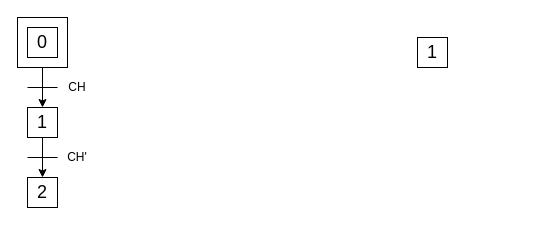
Above: Experiência 1 - Portão Automático/Experimento1_CLP.drawio in pedroManuelP/Automa-o-Industrial (draw.io), before the change. Source tidied: cells renumbered, new cells numbered last; positions are measured from the earlier drawing's top-left corner, leaving out a move shared by most shapes. Both pictures are drawn from the tidied source at 100%, with x=0, y=0 at pixel (17, 17).
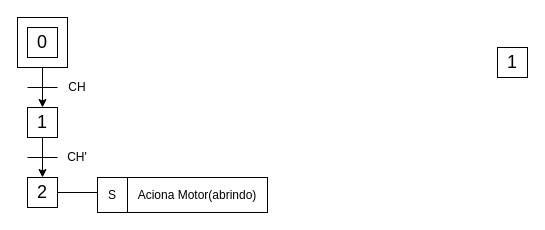
The same page after the edit.

The edit, as a diff of the source:
```diff
@@
 <mxGraphModel>
   <root>
     <mxCell id="0" />
     <mxCell id="1" parent="0" />
     <mxCell id="2" style="whiteSpace=wrap;html=1;" parent="1" vertex="1">
       <mxGeometry width="50" height="50" as="geometry" />
     </mxCell>
     <mxCell id="3" value="&lt;font style=&quot;font-size: 18px;&quot;&gt;0&lt;/font&gt;" style="whiteSpace=wrap;html=1;" parent="1" vertex="1">
       <mxGeometry x="10" y="10" width="30" height="30" as="geometry" />
     </mxCell>
     <mxCell id="4" value="&lt;font style=&quot;font-size: 18px;&quot;&gt;1&lt;/font&gt;" style="whiteSpace=wrap;html=1;" parent="1" vertex="1">
       <mxGeometry x="10" y="90" width="30" height="30" as="geometry" />
     </mxCell>
     <mxCell id="5" value="&lt;font style=&quot;font-size: 18px;&quot;&gt;1&lt;/font&gt;" style="whiteSpace=wrap;html=1;" parent="1" vertex="1">
-      <mxGeometry x="400" y="20" width="30" height="30" as="geometry" />
+      <mxGeometry x="480" y="30" width="30" height="30" as="geometry" />
     </mxCell>
     <mxCell id="6" style="endArrow=classic;html=1;rounded=0;exitX=0.5;exitY=1;exitDx=0;exitDy=0;entryX=0.5;entryY=0;entryDx=0;entryDy=0;" parent="1" edge="1" source="2" target="4">
       <mxGeometry relative="1" as="geometry" />
     </mxCell>
     <mxCell id="7" style="endArrow=none;html=1;rounded=0;" parent="1" edge="1">
       <mxGeometry relative="1" as="geometry">
         <mxPoint x="10" y="70" as="sourcePoint" />
         <mxPoint x="40" y="70" as="targetPoint" />
       </mxGeometry>
     </mxCell>
     <mxCell id="8" value="CH" style="text;html=1;align=center;verticalAlign=middle;whiteSpace=wrap;rounded=0;" parent="1" vertex="1">
       <mxGeometry x="50" y="60" width="20" height="20" as="geometry" />
     </mxCell>
     <mxCell id="9" value="&lt;font style=&quot;font-size: 18px;&quot;&gt;2&lt;/font&gt;" style="whiteSpace=wrap;html=1;" parent="1" vertex="1">
       <mxGeometry x="10" y="160" width="30" height="30" as="geometry" />
     </mxCell>
     <mxCell id="10" style="endArrow=classic;html=1;rounded=0;exitX=0.5;exitY=1;exitDx=0;exitDy=0;entryX=0.5;entryY=0;entryDx=0;entryDy=0;" parent="1" edge="1">
       <mxGeometry relative="1" as="geometry">
         <mxPoint x="25" y="120" as="sourcePoint" />
         <mxPoint x="25" y="160" as="targetPoint" />
       </mxGeometry>
     </mxCell>
     <mxCell id="11" style="endArrow=none;html=1;rounded=0;" parent="1" edge="1">
       <mxGeometry relative="1" as="geometry">
         <mxPoint x="10" y="140" as="sourcePoint" />
         <mxPoint x="40" y="140" as="targetPoint" />
       </mxGeometry>
     </mxCell>
     <mxCell id="12" value="CH'" style="text;html=1;align=center;verticalAlign=middle;whiteSpace=wrap;rounded=0;" parent="1" vertex="1">
       <mxGeometry x="50" y="130" width="20" height="20" as="geometry" />
     </mxCell>
+    <mxCell id="13" style="endArrow=none;html=1;rounded=0;exitX=1;exitY=0.5;exitDx=0;exitDy=0;" parent="1" edge="1" source="9">
+      <mxGeometry relative="1" as="geometry">
+        <mxPoint x="80" y="175" as="targetPoint" />
+      </mxGeometry>
+    </mxCell>
+    <mxCell id="14" value="Aciona Motor(abrindo)" style="rounded=0;whiteSpace=wrap;html=1;" parent="1" vertex="1">
+      <mxGeometry x="110" y="160" width="140" height="35" as="geometry" />
+    </mxCell>
+    <mxCell id="15" value="S" style="rounded=0;whiteSpace=wrap;html=1;" parent="1" vertex="1">
+      <mxGeometry x="80" y="160" width="30" height="35" as="geometry" />
+    </mxCell>
   </root>
 </mxGraphModel>
```
